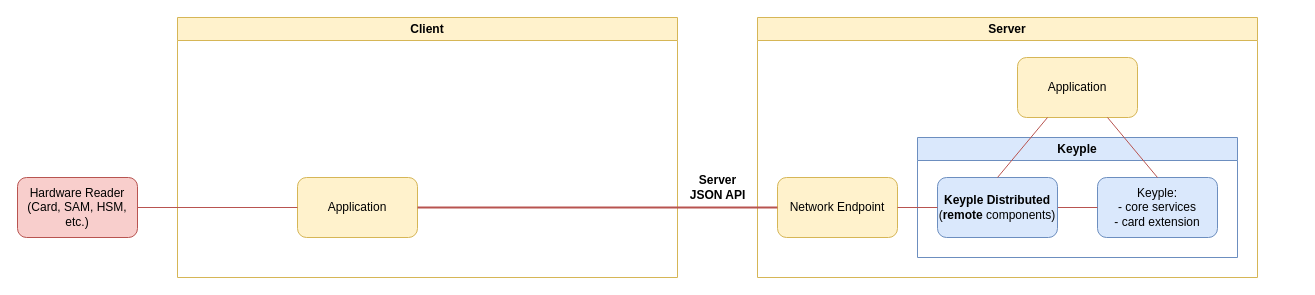
Earlier version of the draw.io diagram static/media/learn/user-guide/distributed-application/distributed_solution_2_layers_overview.drawio (eclipse-keyple/keyple-website). Source tidied: cells renumbered, new cells numbered last; positions are measured from the earlier drawing's top-left corner, leaving out a move shared by most shapes. Both pictures are drawn from the tidied source at 100%, with x=0, y=0 at pixel (17, 17).
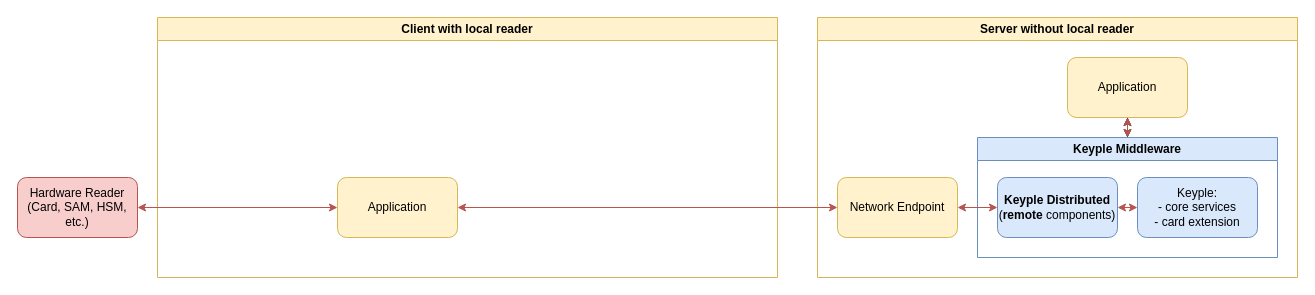
The same page after the edit.

Change to the diagram source:
```diff
@@
 <mxGraphModel>
   <root>
     <mxCell id="0" />
     <mxCell id="1" parent="0" />
-    <mxCell id="2" value="Client" style="swimlane;whiteSpace=wrap;html=1;fillColor=#fff2cc;strokeColor=#d6b656;" parent="1" vertex="1">
-      <mxGeometry x="160" width="500" height="260" as="geometry" />
-    </mxCell>
-    <mxCell id="3" value="Application" style="rounded=1;whiteSpace=wrap;html=1;fillColor=#fff2cc;strokeColor=#d6b656;" parent="2" vertex="1">
-      <mxGeometry x="120" y="160" width="120" height="60" as="geometry" />
-    </mxCell>
+    <mxCell id="18" value="Client with local reader" style="swimlane;whiteSpace=wrap;html=1;fillColor=#fff2cc;strokeColor=#d6b656;startSize=23;" parent="1" vertex="1">
+      <mxGeometry x="140" width="620" height="260" as="geometry" />
+    </mxCell>
+    <mxCell id="19" value="Application" style="rounded=1;whiteSpace=wrap;html=1;fillColor=#fff2cc;strokeColor=#d6b656;" parent="18" vertex="1">
+      <mxGeometry x="180" y="160" width="120" height="60" as="geometry" />
+    </mxCell>
     <mxCell id="4" value="Hardware Reader&lt;br&gt;(Card, SAM, HSM, etc.)" style="rounded=1;whiteSpace=wrap;html=1;fillColor=#f8cecc;strokeColor=#b85450;" parent="1" vertex="1">
       <mxGeometry y="160" width="120" height="60" as="geometry" />
     </mxCell>
-    <mxCell id="5" value="Server" style="swimlane;whiteSpace=wrap;html=1;startSize=23;fillColor=#fff2cc;strokeColor=#d6b656;" parent="1" vertex="1">
-      <mxGeometry x="740" width="500" height="260" as="geometry" />
-    </mxCell>
-    <mxCell id="6" value="Application" style="rounded=1;whiteSpace=wrap;html=1;fillColor=#fff2cc;strokeColor=#d6b656;" parent="5" vertex="1">
-      <mxGeometry x="260" y="40" width="120" height="60" as="geometry" />
-    </mxCell>
-    <mxCell id="7" value="Keyple" style="swimlane;whiteSpace=wrap;html=1;fillColor=#dae8fc;strokeColor=#6c8ebf;" parent="5" vertex="1">
-      <mxGeometry x="160" y="120" width="320" height="120" as="geometry" />
-    </mxCell>
+    <mxCell id="20" value="Server without local reader" style="swimlane;whiteSpace=wrap;html=1;startSize=23;fillColor=#fff2cc;strokeColor=#d6b656;" parent="1" vertex="1">
+      <mxGeometry x="800" width="480" height="260" as="geometry" />
+    </mxCell>
+    <mxCell id="21" style="edgeStyle=orthogonalEdgeStyle;rounded=0;jettySize=auto;html=1;startArrow=classic;startFill=1;endArrow=classic;endFill=1;entryX=0.5;entryY=0;entryDx=0;entryDy=0;" parent="20" edge="1" source="22" target="23">
+      <mxGeometry relative="1" as="geometry" />
+    </mxCell>
+    <mxCell id="22" value="Application" style="rounded=1;whiteSpace=wrap;html=1;fillColor=#fff2cc;strokeColor=#d6b656;" parent="20" vertex="1">
+      <mxGeometry x="250" y="40" width="120" height="60" as="geometry" />
+    </mxCell>
+    <mxCell id="23" value="Keyple Middleware" style="swimlane;whiteSpace=wrap;html=1;fillColor=#dae8fc;strokeColor=#6c8ebf;" parent="20" vertex="1">
+      <mxGeometry x="160" y="120" width="300" height="120" as="geometry" />
+    </mxCell>
-    <mxCell id="8" value="Keyple:&lt;br&gt;- core services&lt;br&gt;- card extension" style="rounded=1;whiteSpace=wrap;html=1;fillColor=#dae8fc;strokeColor=#6c8ebf;" parent="7" vertex="1">
-      <mxGeometry x="180" y="40" width="120" height="60" as="geometry" />
+    <mxCell id="8" value="Keyple:&lt;br&gt;- core services&lt;br&gt;- card extension" style="rounded=1;whiteSpace=wrap;html=1;fillColor=#dae8fc;strokeColor=#6c8ebf;" parent="23" vertex="1">
+      <mxGeometry x="160" y="40" width="120" height="60" as="geometry" />
     </mxCell>
-    <mxCell id="9" style="edgeStyle=none;rounded=0;jettySize=auto;html=1;exitX=1;exitY=0.5;exitDx=0;exitDy=0;entryX=0;entryY=0.5;entryDx=0;entryDy=0;strokeWidth=1;endArrow=none;endFill=0;fillColor=#f8cecc;strokeColor=#b85450;" parent="7" edge="1" source="10" target="8">
+    <mxCell id="9" style="edgeStyle=none;rounded=0;jettySize=auto;html=1;exitX=1;exitY=0.5;exitDx=0;exitDy=0;entryX=0;entryY=0.5;entryDx=0;entryDy=0;strokeWidth=1;endArrow=classic;endFill=1;fillColor=#f8cecc;strokeColor=#b85450;startArrow=classic;startFill=1;" parent="23" edge="1" source="10" target="8">
       <mxGeometry relative="1" as="geometry" />
     </mxCell>
-    <mxCell id="10" value="&lt;b&gt;Keyple Distributed&lt;/b&gt;&lt;br&gt;(&lt;b&gt;remote&lt;/b&gt; components)" style="rounded=1;whiteSpace=wrap;html=1;fillColor=#dae8fc;strokeColor=#6c8ebf;" parent="7" vertex="1">
+    <mxCell id="10" value="&lt;b&gt;Keyple Distributed&lt;/b&gt;&lt;br&gt;(&lt;b&gt;remote&lt;/b&gt; components)" style="rounded=1;whiteSpace=wrap;html=1;fillColor=#dae8fc;strokeColor=#6c8ebf;" parent="23" vertex="1">
       <mxGeometry x="20" y="40" width="120" height="60" as="geometry" />
     </mxCell>
-    <mxCell id="11" value="Network Endpoint" style="rounded=1;whiteSpace=wrap;html=1;fillColor=#fff2cc;strokeColor=#d6b656;" parent="5" vertex="1">
+    <mxCell id="11" value="Network Endpoint" style="rounded=1;whiteSpace=wrap;html=1;fillColor=#fff2cc;strokeColor=#d6b656;" parent="20" vertex="1">
       <mxGeometry x="20" y="160" width="120" height="60" as="geometry" />
     </mxCell>
-    <mxCell id="12" style="edgeStyle=none;rounded=0;jettySize=auto;html=1;exitX=0.5;exitY=0;exitDx=0;exitDy=0;entryX=0.25;entryY=1;entryDx=0;entryDy=0;strokeWidth=1;endArrow=none;endFill=0;fillColor=#f8cecc;strokeColor=#b85450;" parent="5" edge="1" source="10" target="6">
-      <mxGeometry relative="1" as="geometry" />
-    </mxCell>
-    <mxCell id="13" style="edgeStyle=none;rounded=0;jettySize=auto;html=1;exitX=0.75;exitY=1;exitDx=0;exitDy=0;entryX=0.5;entryY=0;entryDx=0;entryDy=0;strokeWidth=1;endArrow=none;endFill=0;fillColor=#f8cecc;strokeColor=#b85450;" parent="5" edge="1" source="6" target="8">
-      <mxGeometry relative="1" as="geometry" />
-    </mxCell>
+    <mxCell id="24" style="edgeStyle=none;rounded=0;jettySize=auto;html=1;exitX=0.5;exitY=0;exitDx=0;exitDy=0;entryX=0.5;entryY=1;entryDx=0;entryDy=0;strokeWidth=1;endArrow=classic;endFill=1;fillColor=#f8cecc;strokeColor=#b85450;startArrow=classic;startFill=1;" parent="20" edge="1" source="23" target="22">
+      <mxGeometry relative="1" as="geometry" />
+    </mxCell>
-    <mxCell id="14" style="edgeStyle=none;rounded=0;jettySize=auto;html=1;exitX=1;exitY=0.5;exitDx=0;exitDy=0;entryX=0;entryY=0.5;entryDx=0;entryDy=0;strokeWidth=1;endArrow=none;endFill=0;fillColor=#f8cecc;strokeColor=#b85450;" parent="5" edge="1" source="11" target="10">
+    <mxCell id="14" style="edgeStyle=none;rounded=0;jettySize=auto;html=1;exitX=1;exitY=0.5;exitDx=0;exitDy=0;entryX=0;entryY=0.5;entryDx=0;entryDy=0;strokeWidth=1;endArrow=classic;endFill=1;fillColor=#f8cecc;strokeColor=#b85450;startArrow=classic;startFill=1;" parent="20" edge="1" source="11" target="10">
       <mxGeometry relative="1" as="geometry" />
     </mxCell>
-    <mxCell id="15" style="edgeStyle=orthogonalEdgeStyle;rounded=0;jettySize=auto;html=1;exitX=0;exitY=0.5;exitDx=0;exitDy=0;entryX=1;entryY=0.5;entryDx=0;entryDy=0;endArrow=none;endFill=0;fillColor=#f8cecc;strokeColor=#b85450;strokeWidth=1;" parent="1" edge="1" source="3" target="4">
-      <mxGeometry relative="1" as="geometry" />
-    </mxCell>
-    <mxCell id="16" style="edgeStyle=none;rounded=0;jettySize=auto;html=1;exitX=1;exitY=0.5;exitDx=0;exitDy=0;entryX=0;entryY=0.5;entryDx=0;entryDy=0;strokeWidth=2;endArrow=none;endFill=0;fillColor=#f8cecc;strokeColor=#b85450;" parent="1" edge="1" source="3" target="11">
-      <mxGeometry relative="1" as="geometry" />
-    </mxCell>
-    <mxCell id="17" value="Server&lt;br&gt;JSON API" style="text;html=1;align=center;verticalAlign=middle;strokeColor=none;fillColor=none;fontStyle=1;" parent="1" vertex="1">
-      <mxGeometry x="660" y="150" width="80" height="40" as="geometry" />
-    </mxCell>
+    <mxCell id="25" style="edgeStyle=orthogonalEdgeStyle;rounded=0;jettySize=auto;html=1;exitX=0;exitY=0.5;exitDx=0;exitDy=0;entryX=1;entryY=0.5;entryDx=0;entryDy=0;endArrow=classic;endFill=1;fillColor=#f8cecc;strokeColor=#b85450;strokeWidth=1;startArrow=classic;startFill=1;" parent="1" edge="1" source="19" target="4">
+      <mxGeometry relative="1" as="geometry" />
+    </mxCell>
+    <mxCell id="26" style="edgeStyle=none;rounded=0;jettySize=auto;html=1;exitX=1;exitY=0.5;exitDx=0;exitDy=0;entryX=0;entryY=0.5;entryDx=0;entryDy=0;strokeWidth=1;endArrow=classic;endFill=1;fillColor=#f8cecc;strokeColor=#b85450;startArrow=classic;startFill=1;" parent="1" edge="1" source="19" target="11">
+      <mxGeometry relative="1" as="geometry" />
+    </mxCell>
   </root>
 </mxGraphModel>
```
